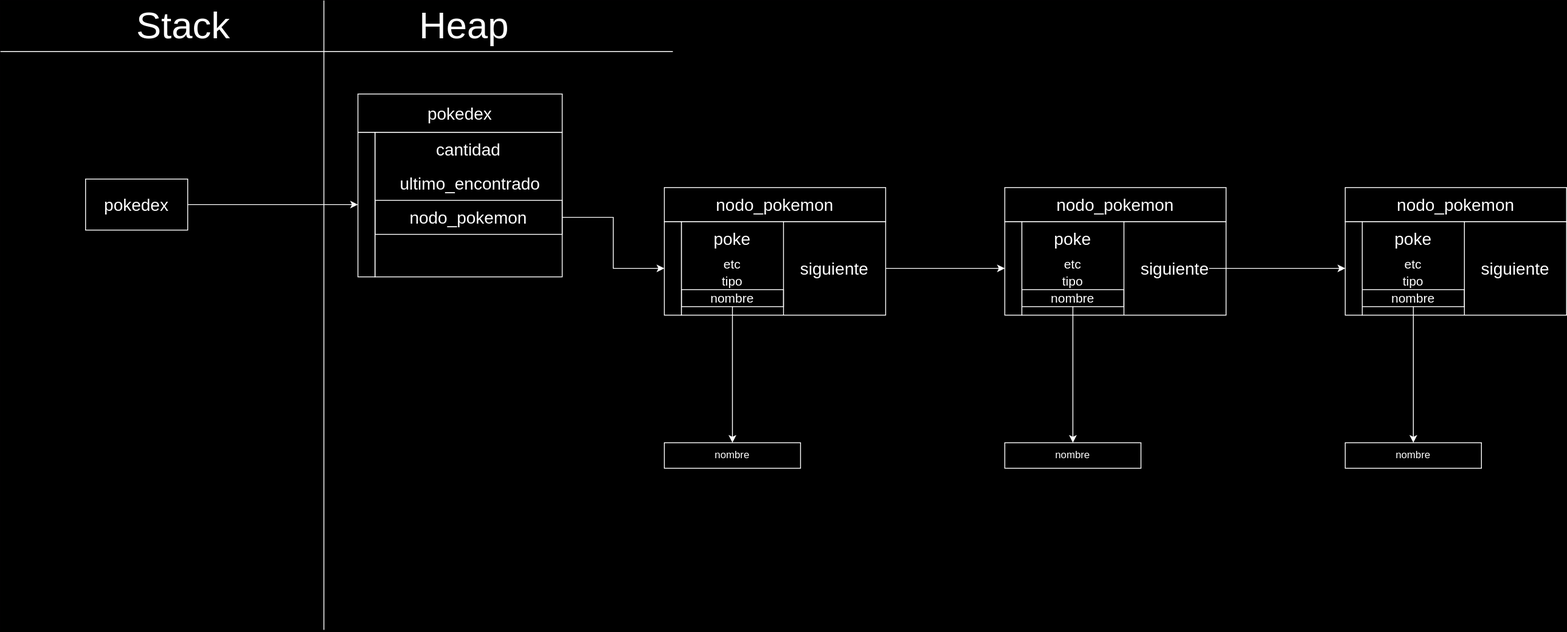
This is img/heap_stack_pokedex.drawio.svg from MaxiFttInst/TP1_ALGO2, a draw.io export, as it was before one commit. Source tidied: cells renumbered, new cells last; positions are measured from the earlier drawing's top-left corner, leaving out a move shared by most shapes. Source of this version:
```xml
<mxGraphModel>
  <root>
    <mxCell id="0" />
    <mxCell id="1" parent="0" />
    <mxCell id="2" style="edgeStyle=orthogonalEdgeStyle;rounded=0;jettySize=auto;html=1;entryX=0;entryY=0.5;entryDx=0;entryDy=0;" parent="1" edge="1" source="3" target="37">
      <mxGeometry relative="1" as="geometry" />
    </mxCell>
    <mxCell id="3" style="rounded=0;whiteSpace=wrap;html=1;" parent="1" vertex="1">
      <mxGeometry x="800" y="260" width="240" height="110" as="geometry" />
    </mxCell>
    <mxCell id="4" style="endArrow=none;html=1;rounded=0;" parent="1" edge="1">
      <mxGeometry relative="1" as="geometry">
        <mxPoint x="380" y="740" as="sourcePoint" />
        <mxPoint x="380" as="targetPoint" />
      </mxGeometry>
    </mxCell>
    <mxCell id="5" style="endArrow=none;html=1;rounded=0;" parent="1" edge="1">
      <mxGeometry relative="1" as="geometry">
        <mxPoint y="60" as="sourcePoint" />
        <mxPoint x="790" y="60" as="targetPoint" />
      </mxGeometry>
    </mxCell>
    <mxCell id="6" value="&lt;font style=&quot;font-size: 44px;&quot;&gt;Stack&lt;/font&gt;" style="text;html=1;align=center;verticalAlign=middle;whiteSpace=wrap;rounded=0;" parent="1" vertex="1">
      <mxGeometry x="50" width="330" height="60" as="geometry" />
    </mxCell>
    <mxCell id="7" value="&lt;span style=&quot;font-size: 44px;&quot;&gt;Heap&lt;/span&gt;" style="text;html=1;align=center;verticalAlign=middle;whiteSpace=wrap;rounded=0;" parent="1" vertex="1">
      <mxGeometry x="380" width="330" height="60" as="geometry" />
    </mxCell>
    <mxCell id="8" style="endArrow=none;html=1;rounded=0;entryX=0.5;entryY=0;entryDx=0;entryDy=0;exitX=0.5;exitY=1;exitDx=0;exitDy=0;" parent="1" edge="1" source="3" target="3">
      <mxGeometry relative="1" as="geometry" />
    </mxCell>
    <mxCell id="9" value="&lt;font style=&quot;font-size: 20px;&quot;&gt;poke&lt;/font&gt;" style="text;html=1;align=center;verticalAlign=middle;whiteSpace=wrap;rounded=0;" parent="1" vertex="1">
      <mxGeometry x="800" y="270" width="120" height="20" as="geometry" />
    </mxCell>
    <mxCell id="10" value="&lt;font style=&quot;font-size: 20px;&quot;&gt;siguiente&lt;/font&gt;" style="text;html=1;align=center;verticalAlign=middle;whiteSpace=wrap;rounded=0;" parent="1" vertex="1">
      <mxGeometry x="940" y="300" width="80" height="30" as="geometry" />
    </mxCell>
    <mxCell id="11" style="rounded=0;whiteSpace=wrap;html=1;" parent="1" vertex="1">
      <mxGeometry x="440" y="155" width="220" height="170" as="geometry" />
    </mxCell>
    <mxCell id="12" value="&lt;span style=&quot;font-size: 20px;&quot;&gt;cantidad&lt;/span&gt;" style="text;html=1;align=center;verticalAlign=middle;whiteSpace=wrap;rounded=0;" parent="1" vertex="1">
      <mxGeometry x="440" y="155" width="220" height="40" as="geometry" />
    </mxCell>
    <mxCell id="13" value="&lt;span style=&quot;font-size: 20px;&quot;&gt;ultimo_encontrado&lt;/span&gt;" style="text;html=1;align=center;verticalAlign=middle;whiteSpace=wrap;rounded=0;" parent="1" vertex="1">
      <mxGeometry x="442.5" y="195" width="217.5" height="40" as="geometry" />
    </mxCell>
    <mxCell id="14" style="edgeStyle=orthogonalEdgeStyle;rounded=0;jettySize=auto;html=1;entryX=0;entryY=0.5;entryDx=0;entryDy=0;" parent="1" edge="1" source="15" target="24">
      <mxGeometry relative="1" as="geometry" />
    </mxCell>
    <mxCell id="15" value="&lt;span style=&quot;font-size: 20px;&quot;&gt;nodo_pokemon&lt;/span&gt;" style="text;html=1;align=center;verticalAlign=middle;whiteSpace=wrap;rounded=0;strokeColor=default;" parent="1" vertex="1">
      <mxGeometry x="440" y="235" width="220" height="40" as="geometry" />
    </mxCell>
    <mxCell id="16" style="edgeStyle=orthogonalEdgeStyle;rounded=0;jettySize=auto;html=1;" parent="1" edge="1" source="17" target="18">
      <mxGeometry relative="1" as="geometry" />
    </mxCell>
    <mxCell id="17" value="&lt;span style=&quot;font-size: 20px;&quot;&gt;pokedex&lt;/span&gt;" style="rounded=0;whiteSpace=wrap;html=1;" parent="1" vertex="1">
      <mxGeometry x="100" y="210" width="120" height="60" as="geometry" />
    </mxCell>
    <mxCell id="18" style="rounded=0;whiteSpace=wrap;html=1;" parent="1" vertex="1">
      <mxGeometry x="420" y="155" width="20" height="170" as="geometry" />
    </mxCell>
    <mxCell id="19" style="edgeStyle=orthogonalEdgeStyle;rounded=0;jettySize=auto;html=1;" parent="1" edge="1" source="20" target="23">
      <mxGeometry relative="1" as="geometry" />
    </mxCell>
    <mxCell id="20" value="&lt;font style=&quot;font-size: 15px;&quot;&gt;nombre&lt;/font&gt;" style="text;html=1;align=center;verticalAlign=middle;whiteSpace=wrap;rounded=0;strokeColor=default;" parent="1" vertex="1">
      <mxGeometry x="800" y="340" width="120" height="20" as="geometry" />
    </mxCell>
    <mxCell id="21" value="&lt;font style=&quot;font-size: 15px;&quot;&gt;tipo&lt;/font&gt;" style="text;html=1;align=center;verticalAlign=middle;whiteSpace=wrap;rounded=0;" parent="1" vertex="1">
      <mxGeometry x="800" y="320" width="120" height="20" as="geometry" />
    </mxCell>
    <mxCell id="22" value="&lt;font style=&quot;font-size: 15px;&quot;&gt;etc&lt;/font&gt;" style="text;html=1;align=center;verticalAlign=middle;whiteSpace=wrap;rounded=0;" parent="1" vertex="1">
      <mxGeometry x="800" y="300" width="120" height="20" as="geometry" />
    </mxCell>
    <mxCell id="23" value="nombre" style="rounded=0;whiteSpace=wrap;html=1;" parent="1" vertex="1">
      <mxGeometry x="780" y="520" width="160" height="30" as="geometry" />
    </mxCell>
    <mxCell id="24" style="rounded=0;whiteSpace=wrap;html=1;" parent="1" vertex="1">
      <mxGeometry x="780" y="260" width="20" height="110" as="geometry" />
    </mxCell>
    <mxCell id="25" value="&lt;font style=&quot;font-size: 20px;&quot;&gt;pokedex&lt;/font&gt;" style="rounded=0;whiteSpace=wrap;html=1;" parent="1" vertex="1">
      <mxGeometry x="420" y="110" width="240" height="45" as="geometry" />
    </mxCell>
    <mxCell id="26" value="&lt;span style=&quot;font-size: 20px;&quot;&gt;nodo_pokemon&lt;/span&gt;" style="rounded=0;whiteSpace=wrap;html=1;" parent="1" vertex="1">
      <mxGeometry x="780" y="220" width="260" height="40" as="geometry" />
    </mxCell>
    <mxCell id="27" style="rounded=0;whiteSpace=wrap;html=1;" parent="1" vertex="1">
      <mxGeometry x="1200" y="260" width="240" height="110" as="geometry" />
    </mxCell>
    <mxCell id="28" style="endArrow=none;html=1;rounded=0;entryX=0.5;entryY=0;entryDx=0;entryDy=0;exitX=0.5;exitY=1;exitDx=0;exitDy=0;" parent="1" edge="1" source="27" target="27">
      <mxGeometry relative="1" as="geometry" />
    </mxCell>
    <mxCell id="29" value="&lt;font style=&quot;font-size: 20px;&quot;&gt;poke&lt;/font&gt;" style="text;html=1;align=center;verticalAlign=middle;whiteSpace=wrap;rounded=0;" parent="1" vertex="1">
      <mxGeometry x="1200" y="270" width="120" height="20" as="geometry" />
    </mxCell>
    <mxCell id="30" style="edgeStyle=orthogonalEdgeStyle;rounded=0;jettySize=auto;html=1;entryX=0;entryY=0.5;entryDx=0;entryDy=0;" parent="1" edge="1" source="31" target="48">
      <mxGeometry relative="1" as="geometry" />
    </mxCell>
    <mxCell id="31" value="&lt;font style=&quot;font-size: 20px;&quot;&gt;siguiente&lt;/font&gt;" style="text;html=1;align=center;verticalAlign=middle;whiteSpace=wrap;rounded=0;" parent="1" vertex="1">
      <mxGeometry x="1340" y="300" width="80" height="30" as="geometry" />
    </mxCell>
    <mxCell id="32" style="edgeStyle=orthogonalEdgeStyle;rounded=0;jettySize=auto;html=1;" parent="1" edge="1" source="33" target="36">
      <mxGeometry relative="1" as="geometry" />
    </mxCell>
    <mxCell id="33" value="&lt;font style=&quot;font-size: 15px;&quot;&gt;nombre&lt;/font&gt;" style="text;html=1;align=center;verticalAlign=middle;whiteSpace=wrap;rounded=0;strokeColor=default;" parent="1" vertex="1">
      <mxGeometry x="1200" y="340" width="120" height="20" as="geometry" />
    </mxCell>
    <mxCell id="34" value="&lt;font style=&quot;font-size: 15px;&quot;&gt;tipo&lt;/font&gt;" style="text;html=1;align=center;verticalAlign=middle;whiteSpace=wrap;rounded=0;" parent="1" vertex="1">
      <mxGeometry x="1200" y="320" width="120" height="20" as="geometry" />
    </mxCell>
    <mxCell id="35" value="&lt;font style=&quot;font-size: 15px;&quot;&gt;etc&lt;/font&gt;" style="text;html=1;align=center;verticalAlign=middle;whiteSpace=wrap;rounded=0;" parent="1" vertex="1">
      <mxGeometry x="1200" y="300" width="120" height="20" as="geometry" />
    </mxCell>
    <mxCell id="36" value="nombre" style="rounded=0;whiteSpace=wrap;html=1;" parent="1" vertex="1">
      <mxGeometry x="1180" y="520" width="160" height="30" as="geometry" />
    </mxCell>
    <mxCell id="37" style="rounded=0;whiteSpace=wrap;html=1;" parent="1" vertex="1">
      <mxGeometry x="1180" y="260" width="20" height="110" as="geometry" />
    </mxCell>
    <mxCell id="38" value="&lt;span style=&quot;font-size: 20px;&quot;&gt;nodo_pokemon&lt;/span&gt;" style="rounded=0;whiteSpace=wrap;html=1;" parent="1" vertex="1">
      <mxGeometry x="1180" y="220" width="260" height="40" as="geometry" />
    </mxCell>
    <mxCell id="39" style="rounded=0;whiteSpace=wrap;html=1;" parent="1" vertex="1">
      <mxGeometry x="1600" y="260" width="240" height="110" as="geometry" />
    </mxCell>
    <mxCell id="40" style="endArrow=none;html=1;rounded=0;entryX=0.5;entryY=0;entryDx=0;entryDy=0;exitX=0.5;exitY=1;exitDx=0;exitDy=0;" parent="1" edge="1" source="39" target="39">
      <mxGeometry relative="1" as="geometry" />
    </mxCell>
    <mxCell id="41" value="&lt;font style=&quot;font-size: 20px;&quot;&gt;poke&lt;/font&gt;" style="text;html=1;align=center;verticalAlign=middle;whiteSpace=wrap;rounded=0;" parent="1" vertex="1">
      <mxGeometry x="1600" y="270" width="120" height="20" as="geometry" />
    </mxCell>
    <mxCell id="42" value="&lt;font style=&quot;font-size: 20px;&quot;&gt;siguiente&lt;/font&gt;" style="text;html=1;align=center;verticalAlign=middle;whiteSpace=wrap;rounded=0;" parent="1" vertex="1">
      <mxGeometry x="1740" y="300" width="80" height="30" as="geometry" />
    </mxCell>
    <mxCell id="43" style="edgeStyle=orthogonalEdgeStyle;rounded=0;jettySize=auto;html=1;" parent="1" edge="1" source="44" target="47">
      <mxGeometry relative="1" as="geometry" />
    </mxCell>
    <mxCell id="44" value="&lt;font style=&quot;font-size: 15px;&quot;&gt;nombre&lt;/font&gt;" style="text;html=1;align=center;verticalAlign=middle;whiteSpace=wrap;rounded=0;strokeColor=default;" parent="1" vertex="1">
      <mxGeometry x="1600" y="340" width="120" height="20" as="geometry" />
    </mxCell>
    <mxCell id="45" value="&lt;font style=&quot;font-size: 15px;&quot;&gt;tipo&lt;/font&gt;" style="text;html=1;align=center;verticalAlign=middle;whiteSpace=wrap;rounded=0;" parent="1" vertex="1">
      <mxGeometry x="1600" y="320" width="120" height="20" as="geometry" />
    </mxCell>
    <mxCell id="46" value="&lt;font style=&quot;font-size: 15px;&quot;&gt;etc&lt;/font&gt;" style="text;html=1;align=center;verticalAlign=middle;whiteSpace=wrap;rounded=0;" parent="1" vertex="1">
      <mxGeometry x="1600" y="300" width="120" height="20" as="geometry" />
    </mxCell>
    <mxCell id="47" value="nombre" style="rounded=0;whiteSpace=wrap;html=1;" parent="1" vertex="1">
      <mxGeometry x="1580" y="520" width="160" height="30" as="geometry" />
    </mxCell>
    <mxCell id="48" style="rounded=0;whiteSpace=wrap;html=1;" parent="1" vertex="1">
      <mxGeometry x="1580" y="260" width="20" height="110" as="geometry" />
    </mxCell>
    <mxCell id="49" value="&lt;span style=&quot;font-size: 20px;&quot;&gt;nodo_pokemon&lt;/span&gt;" style="rounded=0;whiteSpace=wrap;html=1;" parent="1" vertex="1">
      <mxGeometry x="1580" y="220" width="260" height="40" as="geometry" />
    </mxCell>
  </root>
</mxGraphModel>
```
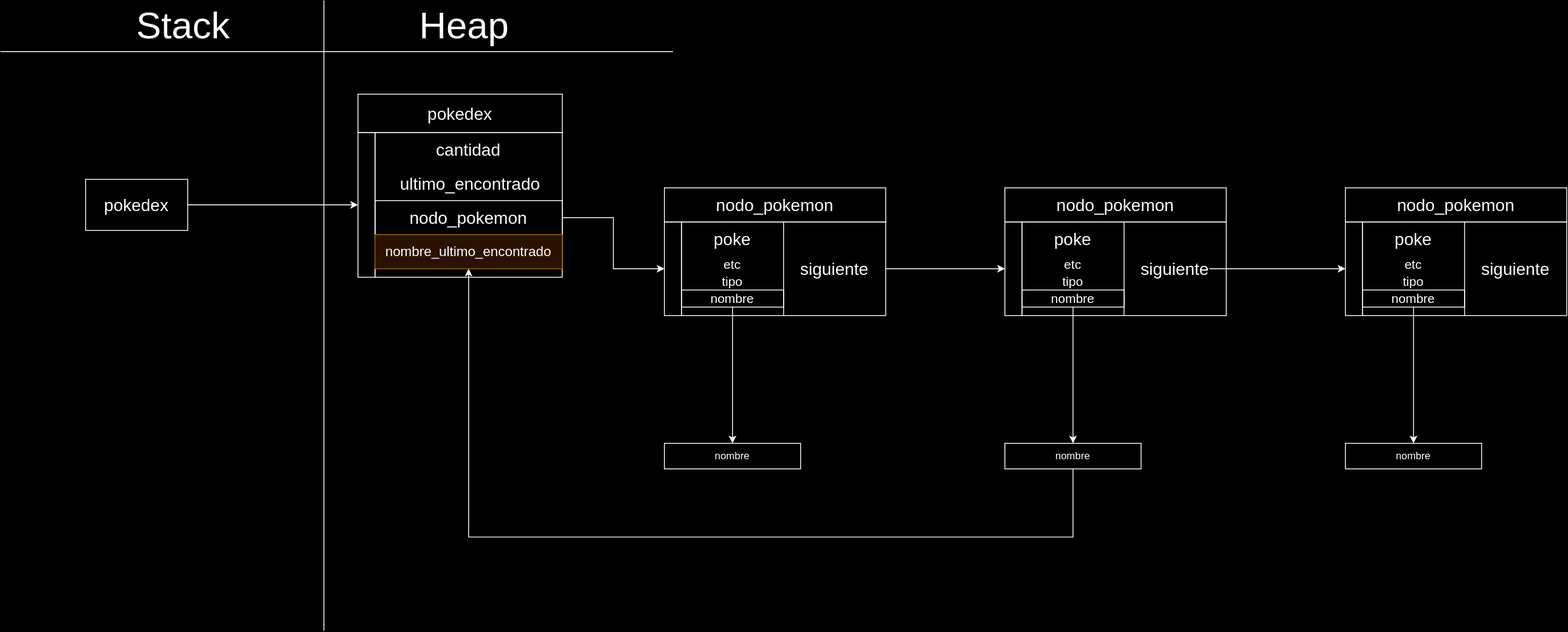
The same diagram one commit later.

Change to the diagram source:
```diff
@@ -110,6 +110,14 @@
     <mxCell id="35" value="&lt;font style=&quot;font-size: 15px;&quot;&gt;etc&lt;/font&gt;" style="text;html=1;align=center;verticalAlign=middle;whiteSpace=wrap;rounded=0;" parent="1" vertex="1">
       <mxGeometry x="1200" y="300" width="120" height="20" as="geometry" />
     </mxCell>
+    <mxCell id="50" style="edgeStyle=orthogonalEdgeStyle;rounded=0;jettySize=auto;html=1;entryX=0.5;entryY=1;entryDx=0;entryDy=0;" parent="1" edge="1" source="36" target="51">
+      <mxGeometry relative="1" as="geometry">
+        <Array as="points">
+          <mxPoint x="1260" y="630" />
+          <mxPoint x="550" y="630" />
+        </Array>
+      </mxGeometry>
+    </mxCell>
     <mxCell id="36" value="nombre" style="rounded=0;whiteSpace=wrap;html=1;" parent="1" vertex="1">
       <mxGeometry x="1180" y="520" width="160" height="30" as="geometry" />
     </mxCell>
@@ -152,5 +160,8 @@
     <mxCell id="49" value="&lt;span style=&quot;font-size: 20px;&quot;&gt;nodo_pokemon&lt;/span&gt;" style="rounded=0;whiteSpace=wrap;html=1;" parent="1" vertex="1">
       <mxGeometry x="1580" y="220" width="260" height="40" as="geometry" />
     </mxCell>
+    <mxCell id="51" value="&lt;font style=&quot;font-size: 16px;&quot;&gt;nombre_ultimo_encontrado&lt;/font&gt;" style="text;html=1;align=center;verticalAlign=middle;whiteSpace=wrap;rounded=0;fillColor=#ffe6cc;strokeColor=#d79b00;" parent="1" vertex="1">
+      <mxGeometry x="440" y="275" width="220" height="40" as="geometry" />
+    </mxCell>
   </root>
 </mxGraphModel>
```
